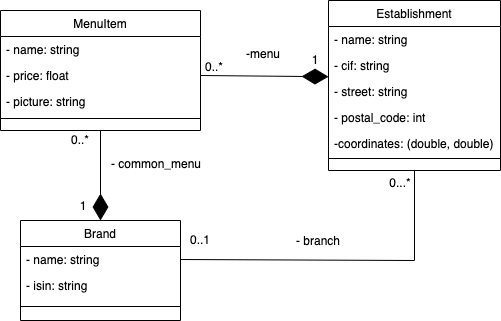
Rosa9120/AlacantGO keeps this draw.io diagram as classDiagram.drawio.png. Above is the earlier version. Source tidied: cells renumbered, new cells last; positions are measured from the earlier drawing's top-left corner, leaving out a move shared by most shapes. The source it was exported from:
```xml
<mxGraphModel>
  <root>
    <mxCell id="0" />
    <mxCell id="1" parent="0" />
    <mxCell id="2" value="MenuItem" style="swimlane;fontStyle=0;align=center;verticalAlign=top;horizontal=1;startSize=26;rounded=0;shadow=0;strokeWidth=1;" parent="1" vertex="1">
      <mxGeometry y="10" width="200" height="120" as="geometry" />
    </mxCell>
    <mxCell id="3" value="- name: string" style="text;align=left;verticalAlign=top;spacingLeft=4;spacingRight=4;overflow=hidden;" parent="2" vertex="1">
      <mxGeometry y="26" width="200" height="26" as="geometry" />
    </mxCell>
    <mxCell id="4" value="- price: float" style="text;align=left;verticalAlign=top;spacingLeft=4;spacingRight=4;overflow=hidden;points=[[0,0.5],[1,0.5]];portConstraint=eastwest;" parent="2" vertex="1">
      <mxGeometry y="52" width="200" height="26" as="geometry" />
    </mxCell>
    <mxCell id="5" value="- picture: string" style="text;align=left;verticalAlign=top;spacingLeft=4;spacingRight=4;overflow=hidden;rounded=0;shadow=0;html=0;" parent="2" vertex="1">
      <mxGeometry y="78" width="200" height="26" as="geometry" />
    </mxCell>
    <mxCell id="6" style="line;html=1;strokeWidth=1;align=left;verticalAlign=middle;spacingTop=-1;spacingLeft=3;spacingRight=3;labelPosition=right;" parent="2" vertex="1">
      <mxGeometry y="104" width="200" height="8" as="geometry" />
    </mxCell>
    <mxCell id="7" value="Brand" style="swimlane;fontStyle=0;align=center;verticalAlign=top;horizontal=1;startSize=26;rounded=0;shadow=0;strokeWidth=1;" parent="1" vertex="1">
      <mxGeometry x="20" y="220" width="160" height="100" as="geometry" />
    </mxCell>
    <mxCell id="8" value="- name: string" style="text;align=left;verticalAlign=top;spacingLeft=4;spacingRight=4;overflow=hidden;points=[[0,0.5],[1,0.5]];portConstraint=eastwest;" parent="7" vertex="1">
      <mxGeometry y="26" width="160" height="26" as="geometry" />
    </mxCell>
    <mxCell id="9" value="- isin: string" style="text;align=left;verticalAlign=top;spacingLeft=4;spacingRight=4;overflow=hidden;" parent="7" vertex="1">
      <mxGeometry y="52" width="160" height="26" as="geometry" />
    </mxCell>
    <mxCell id="10" style="line;html=1;strokeWidth=1;align=left;verticalAlign=middle;spacingTop=-1;spacingLeft=3;spacingRight=3;labelPosition=right;" parent="7" vertex="1">
      <mxGeometry y="78" width="160" height="16" as="geometry" />
    </mxCell>
    <mxCell id="11" value="Establishment" style="swimlane;fontStyle=0;align=center;verticalAlign=top;horizontal=1;startSize=26;rounded=0;shadow=0;strokeWidth=1;" parent="1" vertex="1">
      <mxGeometry x="328" width="172" height="170" as="geometry" />
    </mxCell>
    <mxCell id="12" value="- name: string" style="text;align=left;verticalAlign=top;spacingLeft=4;spacingRight=4;overflow=hidden;" parent="11" vertex="1">
      <mxGeometry y="26" width="172" height="26" as="geometry" />
    </mxCell>
    <mxCell id="13" value="- cif: string" style="text;align=left;verticalAlign=top;spacingLeft=4;spacingRight=4;overflow=hidden;" parent="11" vertex="1">
      <mxGeometry y="52" width="172" height="26" as="geometry" />
    </mxCell>
    <mxCell id="14" value="- street: string" style="text;align=left;verticalAlign=top;spacingLeft=4;spacingRight=4;overflow=hidden;points=[[0,0.5],[1,0.5]];portConstraint=eastwest;" parent="11" vertex="1">
      <mxGeometry y="78" width="172" height="26" as="geometry" />
    </mxCell>
    <mxCell id="15" value="- postal_code: int" style="text;align=left;verticalAlign=top;spacingLeft=4;spacingRight=4;overflow=hidden;rounded=0;shadow=0;html=0;" parent="11" vertex="1">
      <mxGeometry y="104" width="172" height="26" as="geometry" />
    </mxCell>
    <mxCell id="16" value="-coordinates: (double, double)" style="text;align=left;verticalAlign=top;spacingLeft=4;spacingRight=4;overflow=hidden;rounded=0;shadow=0;html=0;" parent="11" vertex="1">
      <mxGeometry y="130" width="172" height="26" as="geometry" />
    </mxCell>
    <mxCell id="17" style="line;html=1;strokeWidth=1;align=left;verticalAlign=middle;spacingTop=-1;spacingLeft=3;spacingRight=3;labelPosition=right;" parent="11" vertex="1">
      <mxGeometry y="156" width="172" height="4" as="geometry" />
    </mxCell>
    <mxCell id="18" style="endArrow=diamondThin;endFill=1;endSize=24;html=1;rounded=0;exitX=0.5;exitY=1;exitDx=0;exitDy=0;entryX=0.5;entryY=0;entryDx=0;entryDy=0;" parent="1" edge="1" source="2" target="7">
      <mxGeometry relative="1" as="geometry" />
    </mxCell>
    <mxCell id="19" value="1" style="text;html=1;strokeColor=none;fillColor=none;align=center;verticalAlign=middle;whiteSpace=wrap;rounded=0;" parent="1" vertex="1">
      <mxGeometry x="73" y="196" width="20" height="20" as="geometry" />
    </mxCell>
    <mxCell id="20" style="endArrow=diamondThin;endFill=1;endSize=24;html=1;rounded=0;exitX=1;exitY=0.5;exitDx=0;exitDy=0;entryX=0;entryY=-0.069;entryDx=0;entryDy=0;entryPerimeter=0;" parent="1" edge="1" source="4" target="14">
      <mxGeometry relative="1" as="geometry" />
    </mxCell>
    <mxCell id="21" value="0..*" style="text;html=1;strokeColor=none;fillColor=none;align=center;verticalAlign=middle;whiteSpace=wrap;rounded=0;" parent="1" vertex="1">
      <mxGeometry x="70" y="130" width="20" height="20" as="geometry" />
    </mxCell>
    <mxCell id="22" value="0..*" style="text;html=1;strokeColor=none;fillColor=none;align=center;verticalAlign=middle;whiteSpace=wrap;rounded=0;" parent="1" vertex="1">
      <mxGeometry x="204" y="57" width="20" height="20" as="geometry" />
    </mxCell>
    <mxCell id="23" value="1" style="text;html=1;strokeColor=none;fillColor=none;align=center;verticalAlign=middle;whiteSpace=wrap;rounded=0;" parent="1" vertex="1">
      <mxGeometry x="305" y="50" width="20" height="20" as="geometry" />
    </mxCell>
    <mxCell id="24" style="endArrow=none;html=1;rounded=0;exitX=1;exitY=0.5;exitDx=0;exitDy=0;entryX=0.5;entryY=1;entryDx=0;entryDy=0;" parent="1" edge="1" source="8" target="11">
      <mxGeometry relative="1" as="geometry">
        <Array as="points">
          <mxPoint x="414" y="260" />
        </Array>
      </mxGeometry>
    </mxCell>
    <mxCell id="25" value="0..1" style="text;html=1;strokeColor=none;fillColor=none;align=center;verticalAlign=middle;whiteSpace=wrap;rounded=0;" parent="1" vertex="1">
      <mxGeometry x="190" y="230" width="20" height="20" as="geometry" />
    </mxCell>
    <mxCell id="26" value="0...*" style="text;html=1;strokeColor=none;fillColor=none;align=center;verticalAlign=middle;whiteSpace=wrap;rounded=0;" parent="1" vertex="1">
      <mxGeometry x="390" y="173" width="20" height="20" as="geometry" />
    </mxCell>
    <mxCell id="27" value="- branch" style="text;align=left;verticalAlign=top;spacingLeft=4;spacingRight=4;overflow=hidden;rounded=0;shadow=0;html=0;" parent="1" vertex="1">
      <mxGeometry x="290" y="227" width="60" height="26" as="geometry" />
    </mxCell>
    <mxCell id="28" value="- common_menu" style="text;align=left;verticalAlign=top;spacingLeft=4;spacingRight=4;overflow=hidden;rounded=0;shadow=0;html=0;" parent="1" vertex="1">
      <mxGeometry x="105" y="150" width="200" height="26" as="geometry" />
    </mxCell>
    <mxCell id="29" value="-menu" style="text;align=left;verticalAlign=top;spacingLeft=4;spacingRight=4;overflow=hidden;rounded=0;shadow=0;html=0;" parent="1" vertex="1">
      <mxGeometry x="240" y="40" width="50" height="26" as="geometry" />
    </mxCell>
  </root>
</mxGraphModel>
```
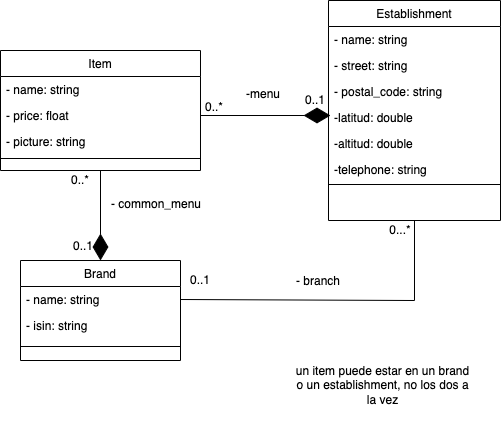
After the change.

What changed in the source:
```diff
@@ -2,7 +2,7 @@
   <root>
     <mxCell id="0" />
     <mxCell id="1" parent="0" />
-    <mxCell id="2" value="MenuItem" style="swimlane;fontStyle=0;align=center;verticalAlign=top;horizontal=1;startSize=26;rounded=0;shadow=0;strokeWidth=1;" parent="1" vertex="1">
+    <mxCell id="2" value="Item" style="swimlane;fontStyle=0;align=center;verticalAlign=top;horizontal=1;startSize=26;rounded=0;shadow=0;strokeWidth=1;" parent="1" vertex="1">
       <mxGeometry y="10" width="200" height="120" as="geometry" />
     </mxCell>
     <mxCell id="3" value="- name: string" style="text;align=left;verticalAlign=top;spacingLeft=4;spacingRight=4;overflow=hidden;" parent="2" vertex="1">
@@ -30,34 +30,39 @@
       <mxGeometry y="78" width="160" height="16" as="geometry" />
     </mxCell>
     <mxCell id="11" value="Establishment" style="swimlane;fontStyle=0;align=center;verticalAlign=top;horizontal=1;startSize=26;rounded=0;shadow=0;strokeWidth=1;" parent="1" vertex="1">
-      <mxGeometry x="328" width="172" height="170" as="geometry" />
+      <mxGeometry x="328" y="-40" width="172" height="220" as="geometry" />
     </mxCell>
     <mxCell id="12" value="- name: string" style="text;align=left;verticalAlign=top;spacingLeft=4;spacingRight=4;overflow=hidden;" parent="11" vertex="1">
       <mxGeometry y="26" width="172" height="26" as="geometry" />
     </mxCell>
-    <mxCell id="13" value="- cif: string" style="text;align=left;verticalAlign=top;spacingLeft=4;spacingRight=4;overflow=hidden;" parent="11" vertex="1">
-      <mxGeometry y="52" width="172" height="26" as="geometry" />
-    </mxCell>
     <mxCell id="14" value="- street: string" style="text;align=left;verticalAlign=top;spacingLeft=4;spacingRight=4;overflow=hidden;points=[[0,0.5],[1,0.5]];portConstraint=eastwest;" parent="11" vertex="1">
-      <mxGeometry y="78" width="172" height="26" as="geometry" />
+      <mxGeometry y="52" width="172" height="26" as="geometry" />
     </mxCell>
-    <mxCell id="15" value="- postal_code: int" style="text;align=left;verticalAlign=top;spacingLeft=4;spacingRight=4;overflow=hidden;rounded=0;shadow=0;html=0;" parent="11" vertex="1">
-      <mxGeometry y="104" width="172" height="26" as="geometry" />
+    <mxCell id="15" value="- postal_code: string" style="text;align=left;verticalAlign=top;spacingLeft=4;spacingRight=4;overflow=hidden;rounded=0;shadow=0;html=0;" parent="11" vertex="1">
+      <mxGeometry y="78" width="172" height="26" as="geometry" />
     </mxCell>
-    <mxCell id="16" value="-coordinates: (double, double)" style="text;align=left;verticalAlign=top;spacingLeft=4;spacingRight=4;overflow=hidden;rounded=0;shadow=0;html=0;" parent="11" vertex="1">
-      <mxGeometry y="130" width="172" height="26" as="geometry" />
+    <mxCell id="16" value="-latitud: double" style="text;align=left;verticalAlign=top;spacingLeft=4;spacingRight=4;overflow=hidden;rounded=0;shadow=0;html=0;" parent="11" vertex="1">
+      <mxGeometry y="104" width="172" height="26" as="geometry" />
     </mxCell>
+    <mxCell id="30" value="-altitud: double" style="text;align=left;verticalAlign=top;spacingLeft=4;spacingRight=4;overflow=hidden;rounded=0;shadow=0;html=0;" parent="11" vertex="1">
+      <mxGeometry y="130" width="172" height="26" as="geometry" />
+    </mxCell>
+    <mxCell id="31" value="-telephone: string" style="text;align=left;verticalAlign=top;spacingLeft=4;spacingRight=4;overflow=hidden;rounded=0;shadow=0;html=0;" parent="11" vertex="1">
+      <mxGeometry y="156" width="172" height="26" as="geometry" />
+    </mxCell>
     <mxCell id="17" style="line;html=1;strokeWidth=1;align=left;verticalAlign=middle;spacingTop=-1;spacingLeft=3;spacingRight=3;labelPosition=right;" parent="11" vertex="1">
-      <mxGeometry y="156" width="172" height="4" as="geometry" />
+      <mxGeometry y="182" width="172" height="4" as="geometry" />
     </mxCell>
     <mxCell id="18" style="endArrow=diamondThin;endFill=1;endSize=24;html=1;rounded=0;exitX=0.5;exitY=1;exitDx=0;exitDy=0;entryX=0.5;entryY=0;entryDx=0;entryDy=0;" parent="1" edge="1" source="2" target="7">
       <mxGeometry relative="1" as="geometry" />
     </mxCell>
-    <mxCell id="19" value="1" style="text;html=1;strokeColor=none;fillColor=none;align=center;verticalAlign=middle;whiteSpace=wrap;rounded=0;" parent="1" vertex="1">
+    <mxCell id="19" value="0..1" style="text;html=1;strokeColor=none;fillColor=none;align=center;verticalAlign=middle;whiteSpace=wrap;rounded=0;" parent="1" vertex="1">
       <mxGeometry x="73" y="196" width="20" height="20" as="geometry" />
     </mxCell>
-    <mxCell id="20" style="endArrow=diamondThin;endFill=1;endSize=24;html=1;rounded=0;exitX=1;exitY=0.5;exitDx=0;exitDy=0;entryX=0;entryY=-0.069;entryDx=0;entryDy=0;entryPerimeter=0;" parent="1" edge="1" source="4" target="14">
-      <mxGeometry relative="1" as="geometry" />
+    <mxCell id="20" style="endArrow=diamondThin;endFill=1;endSize=24;html=1;rounded=0;exitX=1;exitY=0.5;exitDx=0;exitDy=0;" parent="1" edge="1" source="4">
+      <mxGeometry relative="1" as="geometry">
+        <mxPoint x="330" y="75" as="targetPoint" />
+      </mxGeometry>
     </mxCell>
     <mxCell id="21" value="0..*" style="text;html=1;strokeColor=none;fillColor=none;align=center;verticalAlign=middle;whiteSpace=wrap;rounded=0;" parent="1" vertex="1">
       <mxGeometry x="70" y="130" width="20" height="20" as="geometry" />
@@ -65,7 +70,7 @@
     <mxCell id="22" value="0..*" style="text;html=1;strokeColor=none;fillColor=none;align=center;verticalAlign=middle;whiteSpace=wrap;rounded=0;" parent="1" vertex="1">
       <mxGeometry x="204" y="57" width="20" height="20" as="geometry" />
     </mxCell>
-    <mxCell id="23" value="1" style="text;html=1;strokeColor=none;fillColor=none;align=center;verticalAlign=middle;whiteSpace=wrap;rounded=0;" parent="1" vertex="1">
+    <mxCell id="23" value="0..1" style="text;html=1;strokeColor=none;fillColor=none;align=center;verticalAlign=middle;whiteSpace=wrap;rounded=0;" parent="1" vertex="1">
       <mxGeometry x="305" y="50" width="20" height="20" as="geometry" />
     </mxCell>
     <mxCell id="24" style="endArrow=none;html=1;rounded=0;exitX=1;exitY=0.5;exitDx=0;exitDy=0;entryX=0.5;entryY=1;entryDx=0;entryDy=0;" parent="1" edge="1" source="8" target="11">
@@ -79,7 +84,7 @@
       <mxGeometry x="190" y="230" width="20" height="20" as="geometry" />
     </mxCell>
     <mxCell id="26" value="0...*" style="text;html=1;strokeColor=none;fillColor=none;align=center;verticalAlign=middle;whiteSpace=wrap;rounded=0;" parent="1" vertex="1">
-      <mxGeometry x="390" y="173" width="20" height="20" as="geometry" />
+      <mxGeometry x="390" y="180" width="20" height="20" as="geometry" />
     </mxCell>
     <mxCell id="27" value="- branch" style="text;align=left;verticalAlign=top;spacingLeft=4;spacingRight=4;overflow=hidden;rounded=0;shadow=0;html=0;" parent="1" vertex="1">
       <mxGeometry x="290" y="227" width="60" height="26" as="geometry" />
@@ -90,5 +95,8 @@
     <mxCell id="29" value="-menu" style="text;align=left;verticalAlign=top;spacingLeft=4;spacingRight=4;overflow=hidden;rounded=0;shadow=0;html=0;" parent="1" vertex="1">
       <mxGeometry x="240" y="40" width="50" height="26" as="geometry" />
     </mxCell>
+    <mxCell id="32" value="un item puede estar en un brand o un establishment, no los dos a la vez" style="text;html=1;strokeColor=none;fillColor=none;align=center;verticalAlign=middle;whiteSpace=wrap;rounded=0;" parent="1" vertex="1">
+      <mxGeometry x="290" y="310" width="185" height="70" as="geometry" />
+    </mxCell>
   </root>
 </mxGraphModel>
```
